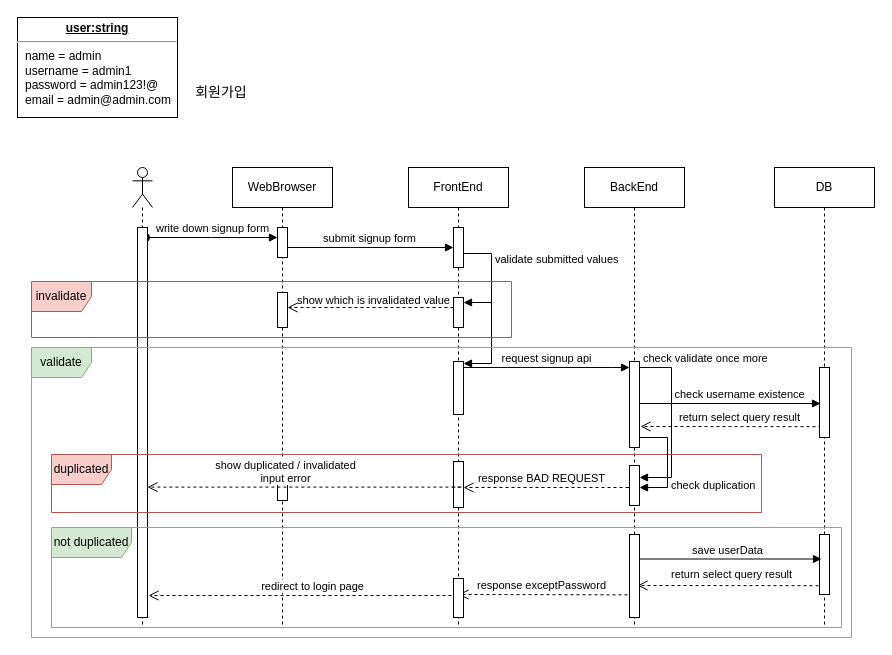
Earlier version of the draw.io diagram user1차 완료.drawio (sh5080/starRoad). Source tidied: cells renumbered, new cells numbered last; positions are measured from the earlier drawing's top-left corner, leaving out a move shared by most shapes. Both pictures are drawn from the tidied source at 100%, with x=0, y=0 at pixel (17, 17).
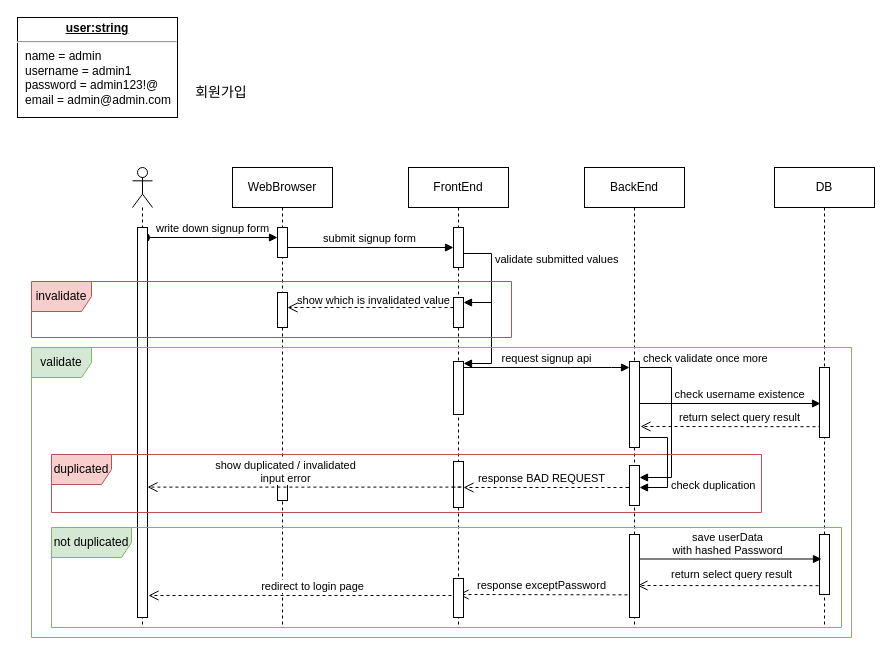
Above is the later version.

Commit message:
Fix: add save userData with hashed Password

Change to the diagram source:
```diff
@@
-    <mxCell id="38" value="save userData" style="html=1;verticalAlign=bottom;startArrow=none;endArrow=block;startSize=8;edgeStyle=elbowEdgeStyle;elbow=vertical;curved=0;rounded=0;startFill=0;" parent="1" edge="1">
+    <mxCell id="38" value="save userData &lt;br&gt;with hashed Password" style="html=1;verticalAlign=bottom;startArrow=none;endArrow=block;startSize=8;edgeStyle=elbowEdgeStyle;elbow=vertical;curved=0;rounded=0;startFill=0;" parent="1" edge="1">
       <mxGeometry x="0.01" relative="1" as="geometry">
         <mxPoint x="614" y="541.5" as="sourcePoint" />
         <mxPoint x="804" y="541.5" as="targetPoint" />
         <Array as="points">
           <mxPoint x="714" y="541.5" />
         </Array>
       </mxGeometry>
     </mxCell>
```
